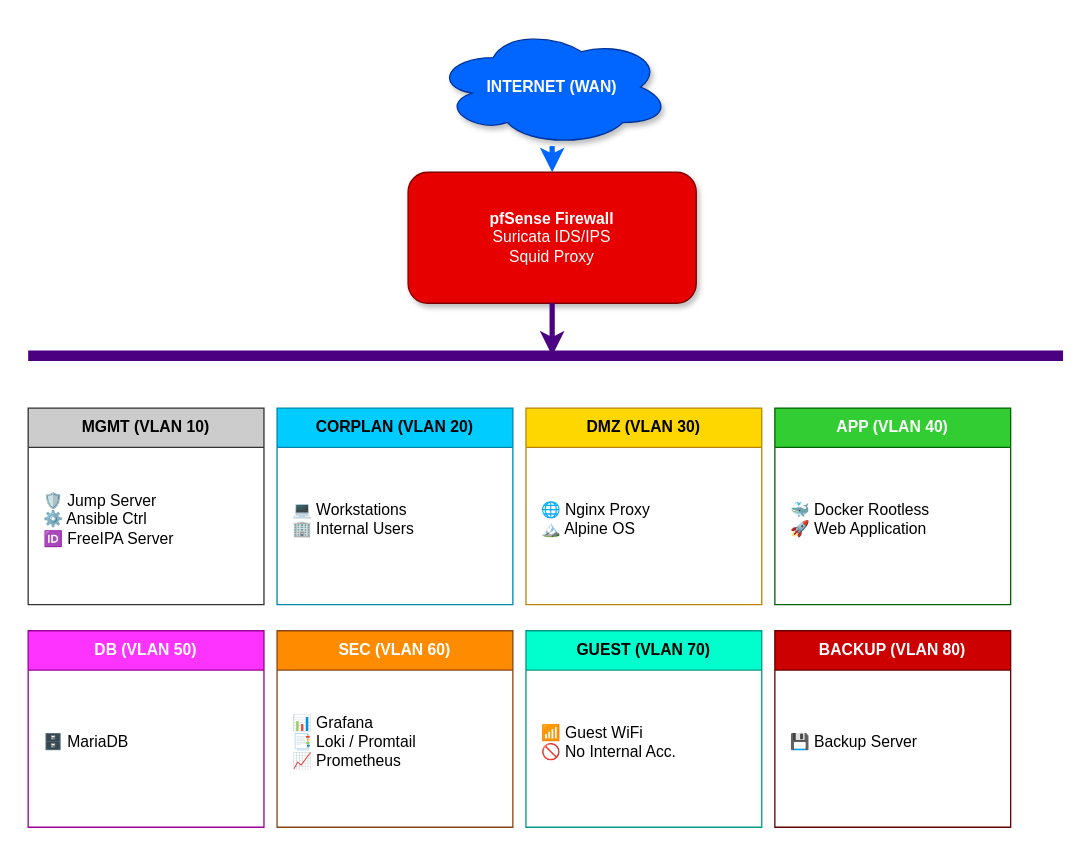
Before: Diagrams/Network_Topology.drawio in enveronderuslu/Zero_Trust_Data_Center, a draw.io diagram. Source tidied: cells renumbered, new cells numbered last; positions are measured from the earlier drawing's top-left corner, leaving out a move shared by most shapes. Both pictures are drawn from the tidied source at 131%, with x=0, y=0 at pixel (28, 28).
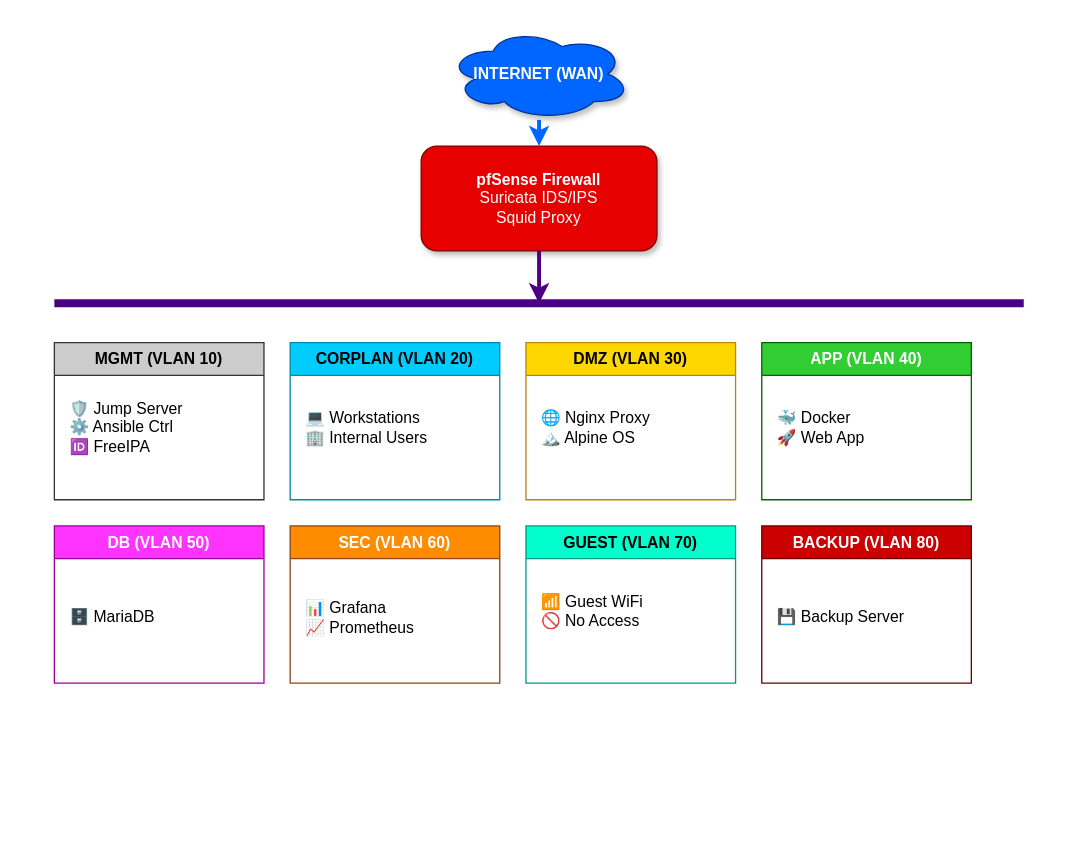
Above is the later version.

The edit, as a diff of the source:
```diff
@@
-    <mxCell id="2" value="&lt;b&gt;&lt;font style=&quot;font-size: 12px;font-family: Liberation Sans;&quot;&gt;pfSense Firewall&lt;/font&gt;&lt;/b&gt;&lt;br&gt;&lt;font style=&quot;font-size: 12px;font-family: Liberation Sans;&quot;&gt;Suricata IDS/IPS&lt;br&gt;Squid Proxy&lt;/font&gt;" style="rounded=1;whiteSpace=wrap;html=1;fillColor=#E60000;strokeColor=#800000;fontColor=#FFFFFF;align=center;verticalAlign=middle;shadow=1;fontFamily=Liberation Sans;fontSize=12;" parent="1" vertex="1">
-      <mxGeometry x="290" y="110" width="220" height="100" as="geometry" />
+    <mxCell id="2" value="&lt;b&gt;pfSense Firewall&lt;/b&gt;&lt;br&gt;Suricata IDS/IPS&lt;br&gt;Squid Proxy" style="rounded=1;whiteSpace=wrap;html=1;fillColor=#E60000;strokeColor=#800000;fontColor=#FFFFFF;align=center;verticalAlign=middle;shadow=1;fontFamily=Liberation Sans;fontSize=12;" parent="1" vertex="1">
+      <mxGeometry x="300" y="90" width="180" height="80" as="geometry" />
     </mxCell>
-    <mxCell id="3" value="&lt;b&gt;&lt;font style=&quot;font-size: 12px;font-family: Liberation Sans;&quot;&gt;INTERNET (WAN)&lt;/font&gt;&lt;/b&gt;" style="ellipse;shape=cloud;whiteSpace=wrap;html=1;fillColor=#0066FF;strokeColor=#003399;fontColor=#FFFFFF;shadow=1;fontFamily=Liberation Sans;fontSize=12;" parent="1" vertex="1">
-      <mxGeometry x="310" width="180" height="90" as="geometry" />
+    <mxCell id="3" value="&lt;b&gt;INTERNET (WAN)&lt;/b&gt;" style="ellipse;shape=cloud;whiteSpace=wrap;html=1;fillColor=#0066FF;strokeColor=#003399;fontColor=#FFFFFF;shadow=1;fontFamily=Liberation Sans;fontSize=12;" parent="1" vertex="1">
+      <mxGeometry x="320" width="140" height="70" as="geometry" />
     </mxCell>
-    <mxCell id="4" style="strokeWidth=4;strokeColor=#0066FF;" parent="1" edge="1" source="3" target="2">
+    <mxCell id="4" style="strokeWidth=3;strokeColor=#0066FF;" parent="1" edge="1" source="3" target="2">
       <mxGeometry relative="1" as="geometry" />
     </mxCell>
-    <mxCell id="5" style="endArrow=none;html=1;strokeWidth=8;strokeColor=#4B0082;" parent="1" edge="1">
+    <mxCell id="5" style="endArrow=none;html=1;strokeWidth=6;strokeColor=#4B0082;" parent="1" edge="1">
       <mxGeometry relative="1" as="geometry">
-        <mxPoint y="250" as="sourcePoint" />
-        <mxPoint x="790" y="250" as="targetPoint" />
+        <mxPoint x="20" y="210" as="sourcePoint" />
+        <mxPoint x="760" y="210" as="targetPoint" />
       </mxGeometry>
     </mxCell>
-    <mxCell id="6" style="strokeWidth=4;strokeColor=#4B0082;" parent="1" edge="1" source="2">
+    <mxCell id="6" style="strokeWidth=3;strokeColor=#4B0082;" parent="1" edge="1" source="2">
       <mxGeometry relative="1" as="geometry">
-        <mxPoint x="400" y="250" as="targetPoint" />
+        <mxPoint x="390" y="210" as="targetPoint" />
       </mxGeometry>
     </mxCell>
-    <mxCell id="7" value="&lt;b&gt;&lt;font style=&quot;font-size: 12px;font-family: Liberation Sans;&quot;&gt;MGMT (VLAN 10)&lt;/font&gt;&lt;/b&gt;" style="swimlane;whiteSpace=wrap;html=1;fillColor=#CCCCCC;strokeColor=#333333;startSize=30;fontFamily=Liberation Sans;fontSize=12;" parent="1" vertex="1">
-      <mxGeometry y="290" width="180" height="150" as="geometry" />
+    <mxCell id="7" value="&lt;b&gt;MGMT (VLAN 10)&lt;/b&gt;" style="swimlane;whiteSpace=wrap;html=1;fillColor=#CCCCCC;strokeColor=#333333;startSize=25;fontFamily=Liberation Sans;fontSize=12;" parent="1" vertex="1">
+      <mxGeometry x="20" y="240" width="160" height="120" as="geometry" />
     </mxCell>
-    <mxCell id="8" value="&lt;font style=&quot;font-size: 12px;font-family: Liberation Sans;&quot;&gt;🛡️ Jump Server&lt;br&gt;⚙️ Ansible Ctrl&lt;br&gt;🆔 FreeIPA Server&lt;/font&gt;" style="text;html=1;align=left;verticalAlign=middle;strokeColor=none;fillColor=none;fontFamily=Liberation Sans;fontSize=12;" parent="7" vertex="1">
-      <mxGeometry x="10" y="45" width="140" height="80" as="geometry" />
+    <mxCell id="8" value="🛡️ Jump Server&lt;br&gt;⚙️ Ansible Ctrl&lt;br&gt;🆔 FreeIPA" style="text;html=1;align=left;verticalAlign=middle;strokeColor=none;fillColor=none;fontFamily=Liberation Sans;fontSize=12;" parent="7" vertex="1">
+      <mxGeometry x="10" y="35" width="130" height="60" as="geometry" />
     </mxCell>
-    <mxCell id="9" value="&lt;b&gt;&lt;font style=&quot;font-size: 12px;font-family: Liberation Sans;&quot;&gt;CORPLAN (VLAN 20)&lt;/font&gt;&lt;/b&gt;" style="swimlane;whiteSpace=wrap;html=1;fillColor=#00CCFF;strokeColor=#0088AA;startSize=30;fontFamily=Liberation Sans;fontSize=12;" parent="1" vertex="1">
-      <mxGeometry x="190" y="290" width="180" height="150" as="geometry" />
+    <mxCell id="9" value="&lt;b&gt;CORPLAN (VLAN 20)&lt;/b&gt;" style="swimlane;whiteSpace=wrap;html=1;fillColor=#00CCFF;strokeColor=#0088AA;startSize=25;fontFamily=Liberation Sans;fontSize=12;" parent="1" vertex="1">
+      <mxGeometry x="200" y="240" width="160" height="120" as="geometry" />
     </mxCell>
-    <mxCell id="10" value="&lt;font style=&quot;font-size: 12px;font-family: Liberation Sans;&quot;&gt;💻 Workstations&lt;br&gt;🏢 Internal Users&lt;/font&gt;" style="text;html=1;align=left;verticalAlign=middle;strokeColor=none;fillColor=none;fontFamily=Liberation Sans;fontSize=12;" parent="9" vertex="1">
-      <mxGeometry x="10" y="60" width="130" height="50" as="geometry" />
+    <mxCell id="10" value="💻 Workstations&lt;br&gt;🏢 Internal Users" style="text;html=1;align=left;verticalAlign=middle;strokeColor=none;fillColor=none;fontFamily=Liberation Sans;fontSize=12;" parent="9" vertex="1">
+      <mxGeometry x="10" y="45" width="130" height="40" as="geometry" />
     </mxCell>
-    <mxCell id="11" value="&lt;b&gt;&lt;font style=&quot;font-size: 12px;font-family: Liberation Sans;&quot;&gt;DMZ (VLAN 30)&lt;/font&gt;&lt;/b&gt;" style="swimlane;whiteSpace=wrap;html=1;fillColor=#FFD700;strokeColor=#B8860B;startSize=30;fontFamily=Liberation Sans;fontSize=12;" parent="1" vertex="1">
-      <mxGeometry x="380" y="290" width="180" height="150" as="geometry" />
+    <mxCell id="11" value="&lt;b&gt;DMZ (VLAN 30)&lt;/b&gt;" style="swimlane;whiteSpace=wrap;html=1;fillColor=#FFD700;strokeColor=#B8860B;startSize=25;fontFamily=Liberation Sans;fontSize=12;" parent="1" vertex="1">
+      <mxGeometry x="380" y="240" width="160" height="120" as="geometry" />
     </mxCell>
-    <mxCell id="12" value="&lt;font style=&quot;font-size: 12px;font-family: Liberation Sans;&quot;&gt;🌐 Nginx Proxy&lt;br&gt;🏔️ Alpine OS&lt;/font&gt;" style="text;html=1;align=left;verticalAlign=middle;strokeColor=none;fillColor=none;fontFamily=Liberation Sans;fontSize=12;" parent="11" vertex="1">
-      <mxGeometry x="10" y="60" width="130" height="50" as="geometry" />
+    <mxCell id="12" value="🌐 Nginx Proxy&lt;br&gt;🏔️ Alpine OS" style="text;html=1;align=left;verticalAlign=middle;strokeColor=none;fillColor=none;fontFamily=Liberation Sans;fontSize=12;" parent="11" vertex="1">
+      <mxGeometry x="10" y="45" width="130" height="40" as="geometry" />
     </mxCell>
-    <mxCell id="13" value="&lt;b&gt;&lt;font style=&quot;font-size: 12px;font-family: Liberation Sans;&quot;&gt;APP (VLAN 40)&lt;/font&gt;&lt;/b&gt;" style="swimlane;whiteSpace=wrap;html=1;fillColor=#32CD32;strokeColor=#006400;fontColor=#FFFFFF;startSize=30;fontFamily=Liberation Sans;fontSize=12;" parent="1" vertex="1">
-      <mxGeometry x="570" y="290" width="180" height="150" as="geometry" />
+    <mxCell id="13" value="&lt;b&gt;APP (VLAN 40)&lt;/b&gt;" style="swimlane;whiteSpace=wrap;html=1;fillColor=#32CD32;strokeColor=#006400;fontColor=#FFFFFF;startSize=25;fontFamily=Liberation Sans;fontSize=12;" parent="1" vertex="1">
+      <mxGeometry x="560" y="240" width="160" height="120" as="geometry" />
     </mxCell>
-    <mxCell id="14" value="&lt;font style=&quot;font-size: 12px;font-family: Liberation Sans;&quot;&gt;🐳 Docker Rootless&lt;br&gt;🚀 Web Application&lt;/font&gt;" style="text;html=1;align=left;verticalAlign=middle;strokeColor=none;fillColor=none;fontFamily=Liberation Sans;fontSize=12;" parent="13" vertex="1">
-      <mxGeometry x="10" y="60" width="150" height="50" as="geometry" />
+    <mxCell id="14" value="🐳 Docker&lt;br&gt;🚀 Web App" style="text;html=1;align=left;verticalAlign=middle;strokeColor=none;fillColor=none;fontFamily=Liberation Sans;fontSize=12;" parent="13" vertex="1">
+      <mxGeometry x="10" y="45" width="130" height="40" as="geometry" />
     </mxCell>
-    <mxCell id="15" value="&lt;b&gt;&lt;font style=&quot;font-size: 12px;font-family: Liberation Sans;&quot;&gt;DB (VLAN 50)&lt;/font&gt;&lt;/b&gt;" style="swimlane;whiteSpace=wrap;html=1;fillColor=#FF33FF;strokeColor=#990099;fontColor=#FFFFFF;startSize=30;fontFamily=Liberation Sans;fontSize=12;" parent="1" vertex="1">
-      <mxGeometry y="460" width="180" height="150" as="geometry" />
+    <mxCell id="15" value="&lt;b&gt;DB (VLAN 50)&lt;/b&gt;" style="swimlane;whiteSpace=wrap;html=1;fillColor=#FF33FF;strokeColor=#990099;fontColor=#FFFFFF;startSize=25;fontFamily=Liberation Sans;fontSize=12;" parent="1" vertex="1">
+      <mxGeometry x="20" y="380" width="160" height="120" as="geometry" />
     </mxCell>
-    <mxCell id="16" value="&lt;font style=&quot;font-size: 12px;font-family: Liberation Sans;&quot;&gt;🗄️ MariaDB&lt;br&gt;&lt;/font&gt;" style="text;html=1;align=left;verticalAlign=middle;strokeColor=none;fillColor=none;fontFamily=Liberation Sans;fontSize=12;" parent="15" vertex="1">
-      <mxGeometry x="10" y="70" width="90" height="30" as="geometry" />
+    <mxCell id="16" value="🗄️ MariaDB" style="text;html=1;align=left;verticalAlign=middle;strokeColor=none;fillColor=none;fontFamily=Liberation Sans;fontSize=12;" parent="15" vertex="1">
+      <mxGeometry x="10" y="55" width="90" height="30" as="geometry" />
     </mxCell>
-    <mxCell id="17" value="&lt;b&gt;&lt;font style=&quot;font-size: 12px;font-family: Liberation Sans;&quot;&gt;SEC (VLAN 60)&lt;/font&gt;&lt;/b&gt;" style="swimlane;whiteSpace=wrap;html=1;fillColor=#FF8C00;strokeColor=#8B4513;fontColor=#FFFFFF;startSize=30;fontFamily=Liberation Sans;fontSize=12;" parent="1" vertex="1">
-      <mxGeometry x="190" y="460" width="180" height="150" as="geometry" />
+    <mxCell id="17" value="&lt;b&gt;SEC (VLAN 60)&lt;/b&gt;" style="swimlane;whiteSpace=wrap;html=1;fillColor=#FF8C00;strokeColor=#8B4513;fontColor=#FFFFFF;startSize=25;fontFamily=Liberation Sans;fontSize=12;" parent="1" vertex="1">
+      <mxGeometry x="200" y="380" width="160" height="120" as="geometry" />
     </mxCell>
-    <mxCell id="18" value="&lt;font style=&quot;font-size: 12px;font-family: Liberation Sans;&quot;&gt;📊 Grafana&lt;br&gt;📑 Loki / Promtail&lt;br&gt;📈 Prometheus&lt;/font&gt;" style="text;html=1;align=left;verticalAlign=middle;strokeColor=none;fillColor=none;fontFamily=Liberation Sans;fontSize=12;" parent="17" vertex="1">
-      <mxGeometry x="10" y="50" width="140" height="70" as="geometry" />
+    <mxCell id="18" value="📊 Grafana&lt;br&gt;📈 Prometheus" style="text;html=1;align=left;verticalAlign=middle;strokeColor=none;fillColor=none;fontFamily=Liberation Sans;fontSize=12;" parent="17" vertex="1">
+      <mxGeometry x="10" y="45" width="130" height="50" as="geometry" />
     </mxCell>
-    <mxCell id="19" value="&lt;b&gt;&lt;font style=&quot;font-size: 12px;font-family: Liberation Sans;&quot;&gt;GUEST (VLAN 70)&lt;/font&gt;&lt;/b&gt;" style="swimlane;whiteSpace=wrap;html=1;fillColor=#00FFCC;strokeColor=#009988;startSize=30;fontFamily=Liberation Sans;fontSize=12;" parent="1" vertex="1">
-      <mxGeometry x="380" y="460" width="180" height="150" as="geometry" />
+    <mxCell id="19" value="&lt;b&gt;GUEST (VLAN 70)&lt;/b&gt;" style="swimlane;whiteSpace=wrap;html=1;fillColor=#00FFCC;strokeColor=#009988;startSize=25;fontFamily=Liberation Sans;fontSize=12;" parent="1" vertex="1">
+      <mxGeometry x="380" y="380" width="160" height="120" as="geometry" />
     </mxCell>
-    <mxCell id="20" value="&lt;font style=&quot;font-size: 12px;font-family: Liberation Sans;&quot;&gt;📶 Guest WiFi&lt;br&gt;🚫 No Internal Acc.&lt;/font&gt;" style="text;html=1;align=left;verticalAlign=middle;strokeColor=none;fillColor=none;fontFamily=Liberation Sans;fontSize=12;" parent="19" vertex="1">
-      <mxGeometry x="10" y="60" width="130" height="50" as="geometry" />
+    <mxCell id="20" value="📶 Guest WiFi&lt;br&gt;🚫 No Access" style="text;html=1;align=left;verticalAlign=middle;strokeColor=none;fillColor=none;fontFamily=Liberation Sans;fontSize=12;" parent="19" vertex="1">
+      <mxGeometry x="10" y="45" width="130" height="40" as="geometry" />
     </mxCell>
-    <mxCell id="21" value="&lt;b&gt;&lt;font style=&quot;font-size: 12px;font-family: Liberation Sans;&quot;&gt;BACKUP (VLAN 80)&lt;/font&gt;&lt;/b&gt;" style="swimlane;whiteSpace=wrap;html=1;fillColor=#CC0000;strokeColor=#660000;fontColor=#FFFFFF;startSize=30;fontFamily=Liberation Sans;fontSize=12;" parent="1" vertex="1">
-      <mxGeometry x="570" y="460" width="180" height="150" as="geometry" />
+    <mxCell id="21" value="&lt;b&gt;BACKUP (VLAN 80)&lt;/b&gt;" style="swimlane;whiteSpace=wrap;html=1;fillColor=#CC0000;strokeColor=#660000;fontColor=#FFFFFF;startSize=25;fontFamily=Liberation Sans;fontSize=12;" parent="1" vertex="1">
+      <mxGeometry x="560" y="380" width="160" height="120" as="geometry" />
     </mxCell>
-    <mxCell id="22" value="&lt;font style=&quot;font-size: 12px;font-family: Liberation Sans;&quot;&gt;💾 Backup Server&lt;br&gt;&lt;/font&gt;" style="text;html=1;align=left;verticalAlign=middle;strokeColor=none;fillColor=none;fontFamily=Liberation Sans;fontSize=12;" parent="21" vertex="1">
-      <mxGeometry x="10" y="70" width="130" height="30" as="geometry" />
+    <mxCell id="22" value="💾 Backup Server" style="text;html=1;align=left;verticalAlign=middle;strokeColor=none;fillColor=none;fontFamily=Liberation Sans;fontSize=12;" parent="21" vertex="1">
+      <mxGeometry x="10" y="55" width="130" height="30" as="geometry" />
     </mxCell>
```
